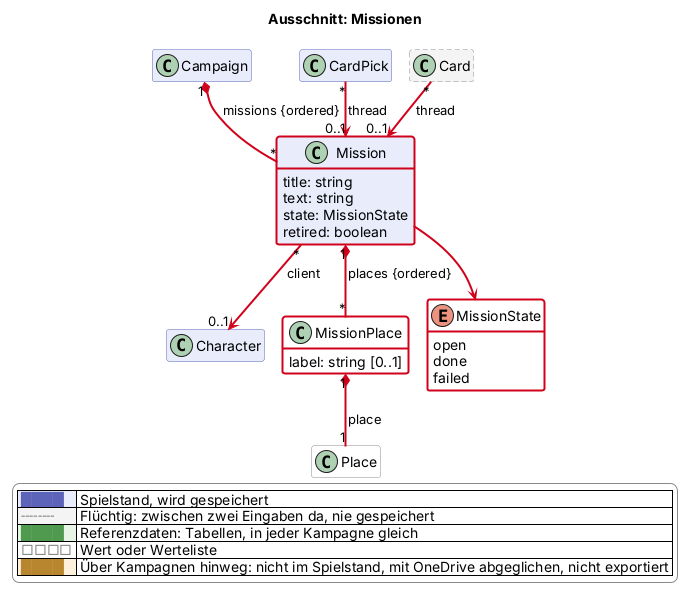
This is docs/views/mission.png from scuzzar/SRE, a PlantUML export, as it was before one commit. The source it was exported from:
```plantuml
@startuml
!if %not(%variable_exists("$change"))
!$change = "*"
!endif
!function $marked($c)
!return $change == "*" || $change == $c
!endfunction
!function $new($c, $t)
!if $marked($c)
!return "<color:#d0021b><b>" + $t + "</b></color>"
!endif
!return $t
!endfunction
!procedure $gone($c, $t)
!if $marked($c)
<color:#d0021b><s>$t</s></color>
!endif
!endprocedure
!function $newClass($c)
!if $marked($c)
!return "#line:d0021b;line.bold"
!endif
!return ""
!endfunction
!function $newArrow($c)
!if $marked($c)
!return "[#d0021b,bold]"
!endif
!return ""
!endfunction
!function $goneArrow($c)
!if $marked($c)
!return "[#d0021b,dashed]"
!endif
!return ""
!endfunction
!pragma layout smetana
title Ausschnitt: Missionen
hide empty members
hide methods
skinparam classAttributeIconSize 0
skinparam shadowing false
skinparam packageStyle rectangle
skinparam class {
  BackgroundColor #e8ecfb
  BorderColor #5b64b8
  BackgroundColor<<transient>> #f4f4f4
  BorderColor<<transient>> #8a8a8a
  BackgroundColor<<reference>> #e6f4e6
  BorderColor<<reference>> #4f9a4f
  BackgroundColor<<value>> #ffffff
  BorderColor<<value>> #8a8a8a
  BackgroundColor<<browser>> #fdf1dc
  BorderColor<<browser>> #b8862e
}
skinparam legendBackgroundColor #ffffff
skinparam legendBorderColor #8a8a8a
<style>
classDiagram {
  class {
    .transient {
      LineStyle 5-3
    }
  }
}
</style>
hide <<transient>> stereotype
hide <<reference>> stereotype
hide <<value>> stereotype
hide <<browser>> stereotype

  class Campaign $kampagne
  class Character $charakter




  class Mission $mission $newClass("2026-11-18") {
    title: string
    text: string
    state: MissionState
    retired: boolean
  }
  class MissionPlace <<value>> $mission $newClass("2026-11-18") {
    label: string [0..1]
  }
  enum MissionState <<value>> $mission $newClass("2026-11-18") {
    open
    done
    failed
  }

  class CardPick $karte


  class Card <<transient>> $karte

  class Place <<value>> $oberflaeche




Campaign "1" *-$newArrow("2026-11-18")- "*" Mission : missions {ordered}
Mission "*" -$newArrow("2026-11-18")-> "0..1" Character : client
Mission "1" *-$newArrow("2026-11-18")- "*" MissionPlace : places {ordered}
MissionPlace "1" *-$newArrow("2026-11-18")- "1" Place : place
Mission -$newArrow("2026-11-18")-> MissionState









Card "*" -$newArrow("2026-11-18")-> "0..1" Mission : thread
CardPick "*" -$newArrow("2026-11-18")-> "0..1" Mission : thread


legend right
  |<#e8ecfb> <color:#5b64b8>████</color> | Spielstand, wird gespeichert |
  |<#f4f4f4> <color:#8a8a8a>╌╌╌╌</color> | Flüchtig: zwischen zwei Eingaben da, nie gespeichert |
  |<#e6f4e6> <color:#4f9a4f>████</color> | Referenzdaten: Tabellen, in jeder Kampagne gleich |
  |<#ffffff> <color:#8a8a8a>□□□□</color> | Wert oder Werteliste |
  |<#fdf1dc> <color:#b8862e>████</color> | Über Kampagnen hinweg: nicht im Spielstand, mit OneDrive abgeglichen, nicht exportiert |
endlegend
@enduml
```
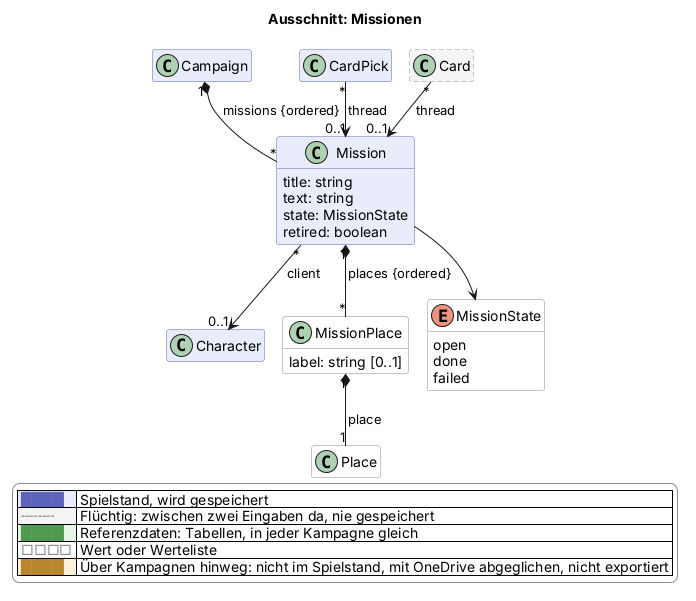
The same file after the commit.

The edit, as a diff of the source:
```diff
@@ -75,16 +75,16 @@
 
 
 
-  class Mission $mission $newClass("2026-11-18") {
+  class Mission $mission {
     title: string
     text: string
     state: MissionState
     retired: boolean
   }
-  class MissionPlace <<value>> $mission $newClass("2026-11-18") {
+  class MissionPlace <<value>> $mission {
     label: string [0..1]
   }
-  enum MissionState <<value>> $mission $newClass("2026-11-18") {
+  enum MissionState <<value>> $mission {
     open
     done
     failed
@@ -100,11 +100,11 @@
 
 
 
-Campaign "1" *-$newArrow("2026-11-18")- "*" Mission : missions {ordered}
-Mission "*" -$newArrow("2026-11-18")-> "0..1" Character : client
-Mission "1" *-$newArrow("2026-11-18")- "*" MissionPlace : places {ordered}
-MissionPlace "1" *-$newArrow("2026-11-18")- "1" Place : place
-Mission -$newArrow("2026-11-18")-> MissionState
+Campaign "1" *-- "*" Mission : missions {ordered}
+Mission "*" --> "0..1" Character : client
+Mission "1" *-- "*" MissionPlace : places {ordered}
+MissionPlace "1" *-- "1" Place : place
+Mission --> MissionState
 
 
 
@@ -114,8 +114,8 @@
 
 
 
-Card "*" -$newArrow("2026-11-18")-> "0..1" Mission : thread
-CardPick "*" -$newArrow("2026-11-18")-> "0..1" Mission : thread
+Card "*" --> "0..1" Mission : thread
+CardPick "*" --> "0..1" Mission : thread
 
 
 legend right
```
